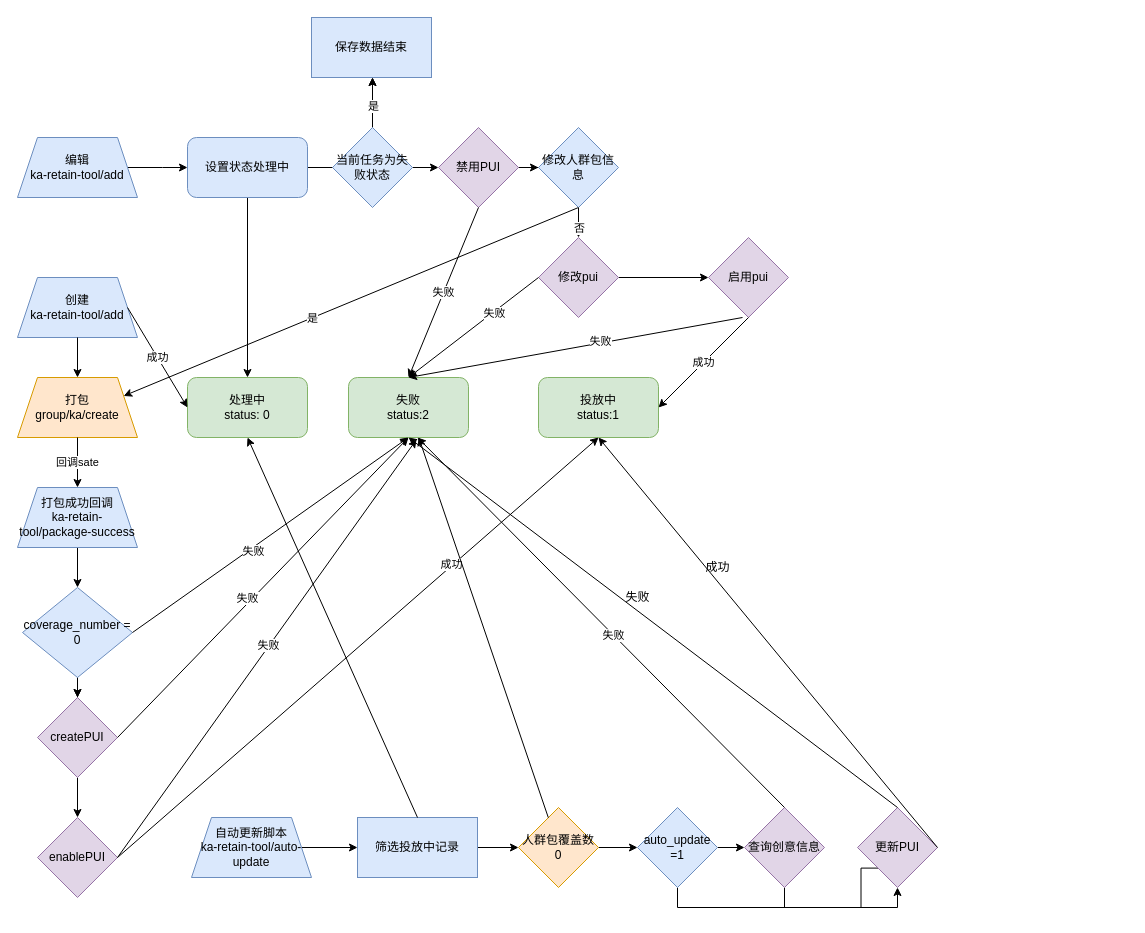
Above: images/sate1.drawio in agxmaster/agxmaster.github.io (draw.io), before the change. Source tidied: cells renumbered, new cells numbered last; positions are measured from the earlier drawing's top-left corner, leaving out a move shared by most shapes. Both pictures are drawn from the tidied source at 100%, with x=0, y=0 at pixel (17, 17).
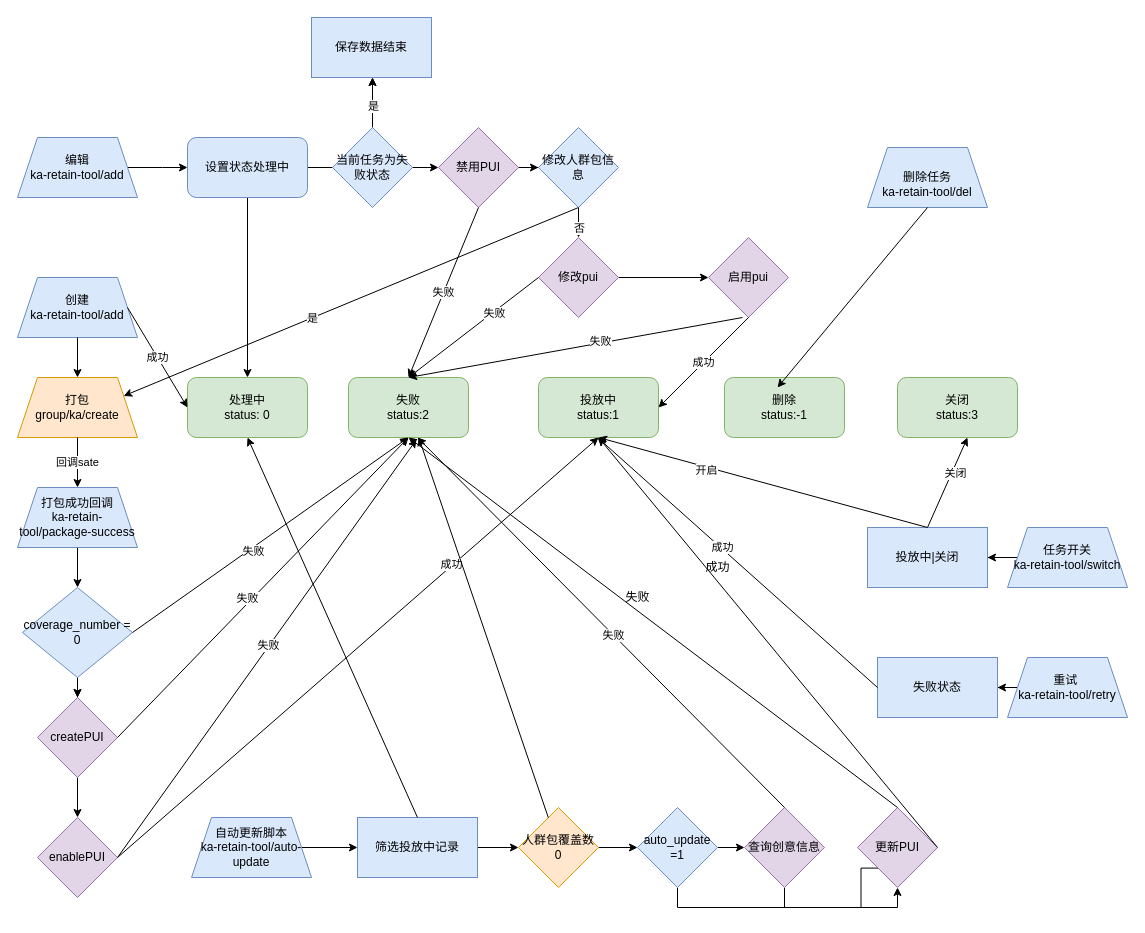
The same page after the edit.

Unchanged cells that the change refers to:
```xml
<mxCell id="18" value="投放中&lt;br&gt;status:1" style="rounded=1;whiteSpace=wrap;html=1;fillColor=#d5e8d4;strokeColor=#82b366;" parent="1" vertex="1">
  <mxGeometry x="521" y="360" width="120" height="60" as="geometry" />
</mxCell>
```

Change to the diagram source:
```diff
@@
+    <mxCell id="73" value="删除&lt;br&gt;status:-1" style="rounded=1;whiteSpace=wrap;html=1;fillColor=#d5e8d4;strokeColor=#82b366;" parent="1" vertex="1">
+      <mxGeometry x="707" y="360" width="120" height="60" as="geometry" />
+    </mxCell>
+    <mxCell id="74" value="关闭&lt;br&gt;status:3" style="rounded=1;whiteSpace=wrap;html=1;fillColor=#d5e8d4;strokeColor=#82b366;" parent="1" vertex="1">
+      <mxGeometry x="880" y="360" width="120" height="60" as="geometry" />
+    </mxCell>
+    <mxCell id="75" style="edgeStyle=orthogonalEdgeStyle;rounded=0;jettySize=auto;html=1;" parent="1" edge="1" source="76" target="77">
+      <mxGeometry relative="1" as="geometry" />
+    </mxCell>
+    <mxCell id="76" value="任务开关&lt;br&gt;ka-retain-tool/switch" style="shape=trapezoid;perimeter=trapezoidPerimeter;whiteSpace=wrap;html=1;fixedSize=1;fillColor=#dae8fc;strokeColor=#6c8ebf;" parent="1" vertex="1">
+      <mxGeometry x="990" y="510" width="120" height="60" as="geometry" />
+    </mxCell>
+    <mxCell id="77" value="投放中|关闭" style="whiteSpace=wrap;html=1;strokeColor=#6c8ebf;fillColor=#dae8fc;" parent="1" vertex="1">
+      <mxGeometry x="850" y="510" width="120" height="60" as="geometry" />
+    </mxCell>
+    <mxCell id="78" style="endArrow=classic;html=1;entryX=0.5;entryY=1;entryDx=0;entryDy=0;exitX=0.5;exitY=0;exitDx=0;exitDy=0;" parent="1" edge="1" source="77" target="18">
+      <mxGeometry relative="1" as="geometry" />
+    </mxCell>
+    <mxCell id="79" value="开启" style="edgeLabel;html=1;align=center;verticalAlign=middle;" parent="78" vertex="1">
+      <mxGeometry x="0.34" y="3" relative="1" as="geometry" />
+    </mxCell>
+    <mxCell id="80" style="endArrow=classic;html=1;exitX=0.5;exitY=0;exitDx=0;exitDy=0;" parent="1" edge="1" source="77">
+      <mxGeometry relative="1" as="geometry">
+        <mxPoint x="950" y="420" as="targetPoint" />
+      </mxGeometry>
+    </mxCell>
+    <mxCell id="81" value="关闭" style="edgeLabel;html=1;align=center;verticalAlign=middle;" parent="80" vertex="1">
+      <mxGeometry x="0.23" y="-3" relative="1" as="geometry" />
+    </mxCell>
+    <mxCell id="82" value="&lt;br&gt;删除任务&lt;br&gt;ka-retain-tool/del" style="shape=trapezoid;perimeter=trapezoidPerimeter;whiteSpace=wrap;html=1;fixedSize=1;fillColor=#dae8fc;strokeColor=#6c8ebf;" parent="1" vertex="1">
+      <mxGeometry x="850" y="130" width="120" height="60" as="geometry" />
+    </mxCell>
+    <mxCell id="83" style="endArrow=classic;html=1;exitX=0.5;exitY=1;exitDx=0;exitDy=0;" parent="1" edge="1" source="82">
+      <mxGeometry relative="1" as="geometry">
+        <mxPoint x="760" y="370" as="targetPoint" />
+      </mxGeometry>
+    </mxCell>
+    <mxCell id="84" style="edgeStyle=orthogonalEdgeStyle;rounded=0;jettySize=auto;html=1;" parent="1" edge="1" source="85" target="86">
+      <mxGeometry relative="1" as="geometry" />
+    </mxCell>
+    <mxCell id="85" value="重试&amp;nbsp;&lt;br&gt;ka-retain-tool/retry" style="shape=trapezoid;perimeter=trapezoidPerimeter;whiteSpace=wrap;html=1;fixedSize=1;fillColor=#dae8fc;strokeColor=#6c8ebf;" parent="1" vertex="1">
+      <mxGeometry x="990" y="640" width="120" height="60" as="geometry" />
+    </mxCell>
+    <mxCell id="86" value="失败状态" style="whiteSpace=wrap;html=1;strokeColor=#6c8ebf;fillColor=#dae8fc;" parent="1" vertex="1">
+      <mxGeometry x="860" y="640" width="120" height="60" as="geometry" />
+    </mxCell>
+    <mxCell id="87" style="endArrow=classic;html=1;exitX=0;exitY=0.5;exitDx=0;exitDy=0;" parent="1" edge="1" source="86">
+      <mxGeometry relative="1" as="geometry">
+        <mxPoint x="580" y="420" as="targetPoint" />
+      </mxGeometry>
+    </mxCell>
+    <mxCell id="88" value="成功" style="edgeLabel;html=1;align=center;verticalAlign=middle;" parent="87" vertex="1">
+      <mxGeometry x="0.12" y="-1" relative="1" as="geometry" />
+    </mxCell>
```
